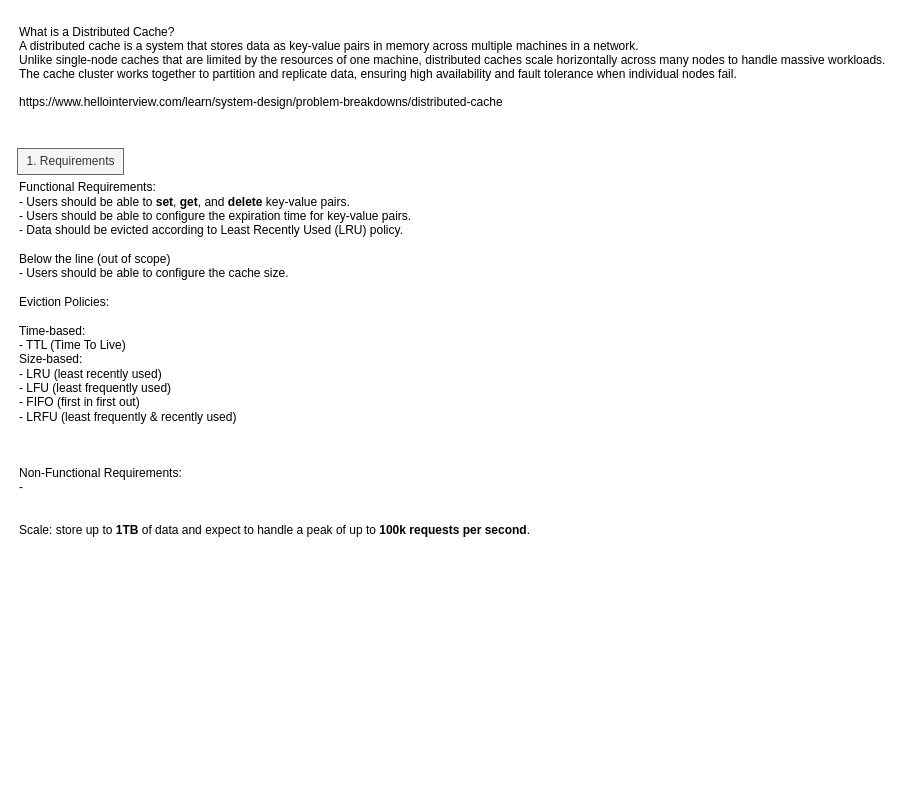
Earlier version of the draw.io diagram page "distributed cache" (4 of 4) of system_design.drawio (lacrimae/system_design_practice). Source tidied: cells renumbered, new cells numbered last; positions are measured from the earlier drawing's top-left corner, leaving out a move shared by most shapes. Both pictures are drawn from the tidied source at 100%, with x=0, y=0 at pixel (17, 17).
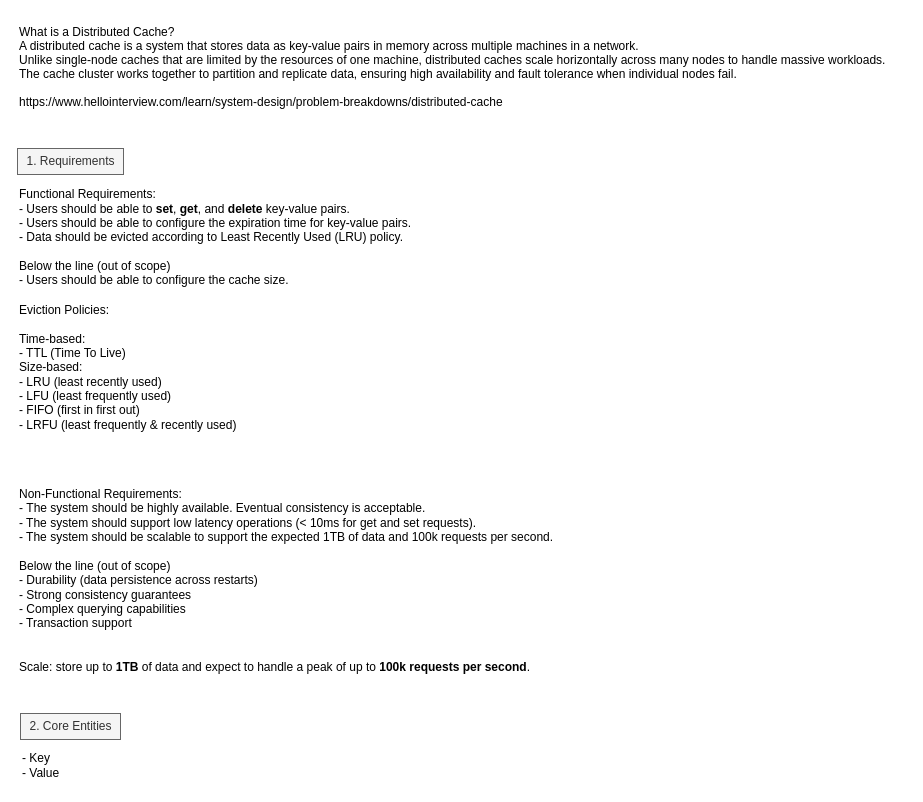
The same page after the edit.

The edit, as a diff of the source:
```diff
@@
 <mxGraphModel>
   <root>
     <mxCell id="0" />
     <mxCell id="1" parent="0" />
     <mxCell id="2" value="&lt;div style=&quot;&quot;&gt;&lt;br&gt;&lt;/div&gt;" style="text;html=1;align=left;verticalAlign=middle;strokeColor=none;fillColor=none;" parent="1" vertex="1">
       <mxGeometry x="693" y="169" width="18" height="26" as="geometry" />
     </mxCell>
     <mxCell id="3" value="What is a Distributed Cache?&#10;A distributed cache is a system that stores data as key-value pairs in memory across multiple machines in a network. &#10;Unlike single-node caches that are limited by the resources of one machine, distributed caches scale horizontally across many nodes to handle massive workloads. &#10;The cache cluster works together to partition and replicate data, ensuring high availability and fault tolerance when individual nodes fail.&#10;&#10;https://www.hellointerview.com/learn/system-design/problem-breakdowns/distributed-cache" style="text;align=left;verticalAlign=middle;strokeColor=none;fillColor=none;fontStyle=0;" parent="1" vertex="1">
       <mxGeometry width="888" height="98" as="geometry" />
     </mxCell>
     <mxCell id="4" value="1. Requirements" style="text;html=1;align=center;verticalAlign=middle;strokeColor=#666666;fillColor=#f5f5f5;fontColor=#333333;" parent="1" vertex="1">
       <mxGeometry y="131" width="106" height="26" as="geometry" />
     </mxCell>
     <mxCell id="5" value="Functional Requirements:&lt;div&gt;&lt;div&gt;- Users should be able to &lt;b&gt;set&lt;/b&gt;, &lt;b&gt;get&lt;/b&gt;, and &lt;b&gt;delete&lt;/b&gt; key-value pairs.&lt;/div&gt;&lt;div&gt;- Users should be able to configure the expiration time for key-value pairs.&lt;/div&gt;&lt;div&gt;- Data should be evicted according to Least Recently Used (LRU) policy.&lt;/div&gt;&lt;div&gt;&lt;br&gt;&lt;/div&gt;&lt;div&gt;Below the line (out of scope)&lt;/div&gt;&lt;div&gt;- Users should be able to configure the cache size.&lt;/div&gt;&lt;/div&gt;" style="text;html=1;align=left;verticalAlign=middle;strokeColor=none;fillColor=none;" parent="1" vertex="1">
-      <mxGeometry y="156" width="410" height="113" as="geometry" />
+      <mxGeometry y="163" width="410" height="113" as="geometry" />
     </mxCell>
     <mxCell id="6" value="Eviction Policies:&lt;div&gt;&lt;br&gt;&lt;div&gt;Time-based:&lt;/div&gt;&lt;div&gt;- TTL (Time To Live)&lt;/div&gt;&lt;div&gt;Size-based:&lt;/div&gt;&lt;div&gt;- LRU (least recently used)&lt;/div&gt;&lt;div&gt;- LFU (least frequently used)&lt;/div&gt;&lt;div&gt;- FIFO (first in first out)&lt;/div&gt;&lt;div&gt;- LRFU (least frequently &amp;amp; recently used)&lt;/div&gt;&lt;/div&gt;" style="text;html=1;align=left;verticalAlign=middle;strokeColor=none;fillColor=none;" parent="1" vertex="1">
-      <mxGeometry y="271" width="235" height="142" as="geometry" />
+      <mxGeometry y="279" width="235" height="142" as="geometry" />
     </mxCell>
-    <mxCell id="7" value="Non-Functional Requirements:&lt;div&gt;-&lt;/div&gt;&lt;div&gt;&lt;br&gt;&lt;/div&gt;&lt;div&gt;&lt;br&gt;&lt;/div&gt;&lt;div style=&quot;&quot;&gt;Scale: store up to &lt;b&gt;1TB&lt;/b&gt; of data and expect to handle a peak of up to &lt;b&gt;100k requests per second&lt;/b&gt;.&lt;/div&gt;" style="text;html=1;align=left;verticalAlign=middle;strokeColor=none;fillColor=none;" parent="1" vertex="1">
-      <mxGeometry y="442" width="529" height="84" as="geometry" />
+    <mxCell id="7" value="Non-Functional Requirements:&lt;div&gt;-&amp;nbsp;&lt;span style=&quot;background-color: transparent; color: light-dark(rgb(0, 0, 0), rgb(255, 255, 255));&quot;&gt;The system should be highly available. Eventual consistency is acceptable.&lt;/span&gt;&lt;/div&gt;&lt;div&gt;- The system should support low latency operations (&amp;lt; 10ms for get and set requests).&lt;/div&gt;&lt;div&gt;- The system should be scalable to support the expected 1TB of data and 100k requests per second.&lt;/div&gt;&lt;div&gt;&lt;br&gt;&lt;/div&gt;&lt;div&gt;&lt;div&gt;Below the line (out of scope)&lt;/div&gt;&lt;div&gt;- Durability (data persistence across restarts)&lt;/div&gt;&lt;div&gt;- Strong consistency guarantees&lt;/div&gt;&lt;div&gt;- Complex querying capabilities&lt;/div&gt;&lt;div&gt;- Transaction support&lt;/div&gt;&lt;/div&gt;&lt;div&gt;&lt;br&gt;&lt;/div&gt;&lt;div&gt;&lt;br&gt;&lt;/div&gt;&lt;div style=&quot;&quot;&gt;Scale: store up to &lt;b&gt;1TB&lt;/b&gt; of data and expect to handle a peak of up to &lt;b&gt;100k requests per second&lt;/b&gt;.&lt;/div&gt;" style="text;html=1;align=left;verticalAlign=middle;strokeColor=none;fillColor=none;" parent="1" vertex="1">
+      <mxGeometry y="463" width="552" height="199" as="geometry" />
     </mxCell>
+    <mxCell id="8" value="2. Core Entities" style="text;html=1;align=center;verticalAlign=middle;strokeColor=#666666;fillColor=#f5f5f5;fontColor=#333333;" parent="1" vertex="1">
+      <mxGeometry x="3" y="696" width="100" height="26" as="geometry" />
+    </mxCell>
+    <mxCell id="9" value="- Key&lt;div&gt;- Value&lt;/div&gt;" style="text;html=1;align=left;verticalAlign=middle;strokeColor=none;fillColor=none;" parent="1" vertex="1">
+      <mxGeometry x="3" y="727" width="55" height="41" as="geometry" />
+    </mxCell>
   </root>
 </mxGraphModel>
```
